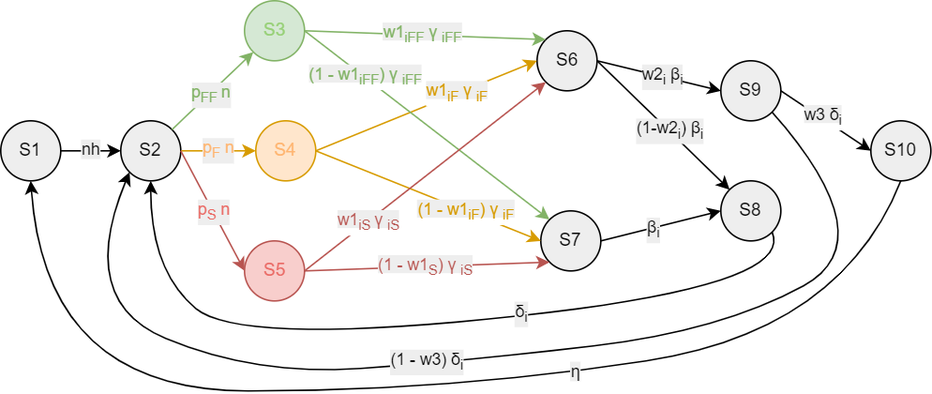
This is Presentation/CTMC/CTMC_img.png from gapilo14/Stochastic-Modelling-with-PEPA---Cosmos-discovery, a draw.io export, as it was before one commit. Source tidied: cells renumbered, new cells last; positions are measured from the earlier drawing's top-left corner, leaving out a move shared by most shapes.
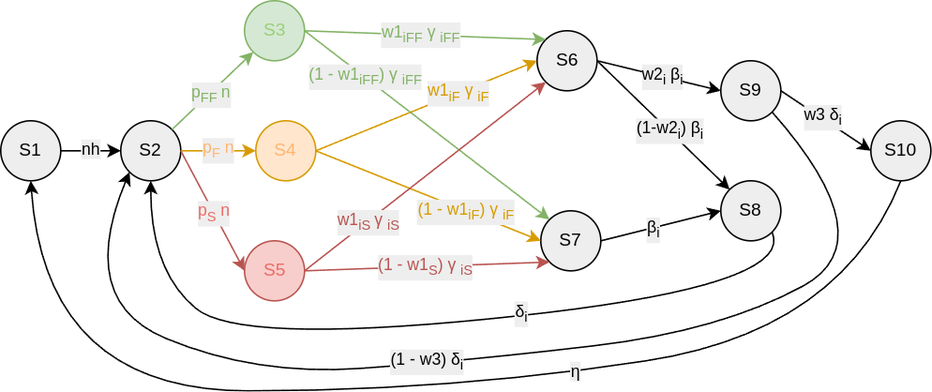
Above is the later version.

What changed in the source:
```diff
@@ -2,10 +2,10 @@
   <root>
     <mxCell id="0" />
     <mxCell id="1" parent="0" />
-    <mxCell id="2" value="S1" style="ellipse;whiteSpace=wrap;html=1;strokeColor=#000000;fillColor=#EEEEEE;" parent="1" vertex="1">
+    <mxCell id="2" value="S1" style="ellipse;whiteSpace=wrap;html=1;strokeColor=#000000;fillColor=#EEEEEE;labelBackgroundColor=#EEEEEE;" parent="1" vertex="1">
       <mxGeometry y="80" width="40" height="40" as="geometry" />
     </mxCell>
-    <mxCell id="3" value="S2" style="ellipse;whiteSpace=wrap;html=1;strokeColor=#000000;fillColor=#EEEEEE;" parent="1" vertex="1">
+    <mxCell id="3" value="S2" style="ellipse;whiteSpace=wrap;html=1;strokeColor=#000000;fillColor=#EEEEEE;labelBackgroundColor=#EEEEEE;" parent="1" vertex="1">
       <mxGeometry x="80" y="80" width="40" height="40" as="geometry" />
     </mxCell>
     <mxCell id="4" value="&lt;font color=&quot;#97d077&quot;&gt;S3&lt;/font&gt;" style="ellipse;whiteSpace=wrap;html=1;strokeColor=#82b366;fillColor=#d5e8d4;" parent="1" vertex="1">
@@ -20,107 +20,107 @@
     <mxCell id="7" value="S6" style="ellipse;whiteSpace=wrap;html=1;strokeColor=#000000;fillColor=#EEEEEE;" parent="1" vertex="1">
       <mxGeometry x="357.5" y="20" width="40" height="40" as="geometry" />
     </mxCell>
-    <mxCell id="8" value="S7" style="ellipse;whiteSpace=wrap;html=1;strokeColor=#000000;fillColor=#EEEEEE;" parent="1" vertex="1">
+    <mxCell id="8" value="S7" style="ellipse;whiteSpace=wrap;html=1;strokeColor=#000000;fillColor=#EEEEEE;labelBackgroundColor=#EEEEEE;" parent="1" vertex="1">
       <mxGeometry x="360" y="140" width="40" height="40" as="geometry" />
     </mxCell>
     <mxCell id="9" value="S9" style="ellipse;whiteSpace=wrap;html=1;strokeColor=#000000;fillColor=#EEEEEE;" parent="1" vertex="1">
       <mxGeometry x="480" y="40" width="40" height="40" as="geometry" />
     </mxCell>
-    <mxCell id="10" value="S8" style="ellipse;whiteSpace=wrap;html=1;strokeColor=#000000;fillColor=#EEEEEE;" parent="1" vertex="1">
+    <mxCell id="10" value="S8" style="ellipse;whiteSpace=wrap;html=1;strokeColor=#000000;fillColor=#EEEEEE;labelBackgroundColor=#EEEEEE;" parent="1" vertex="1">
       <mxGeometry x="480" y="120" width="40" height="40" as="geometry" />
     </mxCell>
-    <mxCell id="11" value="S10" style="ellipse;whiteSpace=wrap;html=1;strokeColor=#000000;fillColor=#EEEEEE;" parent="1" vertex="1">
+    <mxCell id="11" value="S10" style="ellipse;whiteSpace=wrap;html=1;strokeColor=#000000;fillColor=#EEEEEE;labelBackgroundColor=#EEEEEE;" parent="1" vertex="1">
       <mxGeometry x="580" y="80" width="40" height="40" as="geometry" />
     </mxCell>
-    <mxCell id="12" style="endArrow=classic;html=1;rounded=0;exitX=1;exitY=0.5;exitDx=0;exitDy=0;entryX=0;entryY=0.5;entryDx=0;entryDy=0;" parent="1" edge="1" source="2" target="3">
+    <mxCell id="12" style="endArrow=classic;html=1;rounded=0;exitX=1;exitY=0.5;exitDx=0;exitDy=0;entryX=0;entryY=0.5;entryDx=0;entryDy=0;labelBackgroundColor=#EEEEEE;" parent="1" edge="1" source="2" target="3">
       <mxGeometry relative="1" as="geometry" />
     </mxCell>
     <mxCell id="13" value="nh" style="edgeLabel;html=1;align=center;verticalAlign=middle;labelBackgroundColor=#EEEEEE;" parent="12" vertex="1">
       <mxGeometry y="1" relative="1" as="geometry" />
     </mxCell>
-    <mxCell id="14" style="endArrow=classic;html=1;rounded=0;exitX=1;exitY=0;exitDx=0;exitDy=0;entryX=0;entryY=1;entryDx=0;entryDy=0;fillColor=#d5e8d4;strokeColor=#82b366;" parent="1" edge="1" source="3" target="4">
+    <mxCell id="14" style="endArrow=classic;html=1;rounded=0;exitX=1;exitY=0;exitDx=0;exitDy=0;entryX=0;entryY=1;entryDx=0;entryDy=0;fillColor=#d5e8d4;strokeColor=#82b366;labelBackgroundColor=#EEEEEE;" parent="1" edge="1" source="3" target="4">
       <mxGeometry relative="1" as="geometry" />
     </mxCell>
     <mxCell id="15" value="&lt;font color=&quot;#82b366&quot;&gt;p&lt;sub style=&quot;&quot;&gt;FF&amp;nbsp;&lt;/sub&gt;n&lt;/font&gt;" style="edgeLabel;html=1;align=center;verticalAlign=middle;labelBackgroundColor=#EEEEEE;" parent="14" vertex="1">
       <mxGeometry x="-0.09" y="-1" relative="1" as="geometry" />
     </mxCell>
-    <mxCell id="16" style="endArrow=classic;html=1;rounded=0;exitX=1;exitY=0.5;exitDx=0;exitDy=0;entryX=0;entryY=0.5;entryDx=0;entryDy=0;fillColor=#ffe6cc;strokeColor=#d79b00;" parent="1" edge="1" source="3" target="5">
+    <mxCell id="16" style="endArrow=classic;html=1;rounded=0;exitX=1;exitY=0.5;exitDx=0;exitDy=0;entryX=0;entryY=0.5;entryDx=0;entryDy=0;fillColor=#ffe6cc;strokeColor=#d79b00;labelBackgroundColor=#EEEEEE;" parent="1" edge="1" source="3" target="5">
       <mxGeometry relative="1" as="geometry" />
     </mxCell>
     <mxCell id="17" value="p&lt;sub&gt;F&lt;/sub&gt; n" style="edgeLabel;html=1;align=center;verticalAlign=middle;labelBackgroundColor=#EEEEEE;fontColor=#FFB570;" parent="16" vertex="1">
       <mxGeometry x="-0.01" relative="1" as="geometry" />
     </mxCell>
-    <mxCell id="18" style="endArrow=classic;html=1;rounded=0;exitX=1;exitY=0.5;exitDx=0;exitDy=0;entryX=0;entryY=0.5;entryDx=0;entryDy=0;fillColor=#f8cecc;strokeColor=#b85450;" parent="1" edge="1" source="3" target="6">
+    <mxCell id="18" style="endArrow=classic;html=1;rounded=0;exitX=1;exitY=0.5;exitDx=0;exitDy=0;entryX=0;entryY=0.5;entryDx=0;entryDy=0;fillColor=#f8cecc;strokeColor=#b85450;labelBackgroundColor=#EEEEEE;" parent="1" edge="1" source="3" target="6">
       <mxGeometry relative="1" as="geometry" />
     </mxCell>
     <mxCell id="19" value="p&lt;sub&gt;S&lt;/sub&gt; n" style="edgeLabel;html=1;align=center;verticalAlign=middle;labelBackgroundColor=#EEEEEE;fontColor=#EA6B66;" parent="18" vertex="1">
       <mxGeometry x="0.03" relative="1" as="geometry" />
     </mxCell>
-    <mxCell id="20" style="endArrow=classic;html=1;rounded=0;exitX=1;exitY=0.5;exitDx=0;exitDy=0;entryX=0;entryY=0.5;entryDx=0;entryDy=0;fillColor=#ffe6cc;strokeColor=#d79b00;" parent="1" edge="1" source="5" target="7">
+    <mxCell id="20" style="endArrow=classic;html=1;rounded=0;exitX=1;exitY=0.5;exitDx=0;exitDy=0;entryX=0;entryY=0.5;entryDx=0;entryDy=0;fillColor=#ffe6cc;strokeColor=#d79b00;labelBackgroundColor=#EEEEEE;" parent="1" edge="1" source="5" target="7">
       <mxGeometry relative="1" as="geometry" />
     </mxCell>
-    <mxCell id="21" value="&lt;span style=&quot;background-color: rgb(238, 238, 238);&quot;&gt;&lt;span style=&quot;color: rgb(215, 155, 0);&quot;&gt;w1&lt;/span&gt;&lt;sub style=&quot;color: rgb(215, 155, 0);&quot;&gt;iF&lt;/sub&gt;&lt;span style=&quot;color: rgb(215, 155, 0);&quot;&gt;&amp;nbsp;γ&amp;nbsp;&lt;/span&gt;&lt;sub style=&quot;color: rgb(215, 155, 0);&quot;&gt;iF&lt;/sub&gt;&lt;/span&gt;" style="edgeLabel;html=1;align=center;verticalAlign=middle;" parent="20" vertex="1">
+    <mxCell id="21" value="&lt;span style=&quot;&quot;&gt;&lt;span style=&quot;color: rgb(215, 155, 0);&quot;&gt;w1&lt;/span&gt;&lt;sub style=&quot;color: rgb(215, 155, 0);&quot;&gt;iF&lt;/sub&gt;&lt;span style=&quot;color: rgb(215, 155, 0);&quot;&gt;&amp;nbsp;γ&amp;nbsp;&lt;/span&gt;&lt;sub style=&quot;color: rgb(215, 155, 0);&quot;&gt;iF&lt;/sub&gt;&lt;/span&gt;" style="edgeLabel;html=1;align=center;verticalAlign=middle;labelBackgroundColor=#EEEEEE;" parent="20" vertex="1">
       <mxGeometry x="0.28" relative="1" as="geometry" />
     </mxCell>
-    <mxCell id="22" style="endArrow=classic;html=1;rounded=0;exitX=1;exitY=0.5;exitDx=0;exitDy=0;entryX=0;entryY=1;entryDx=0;entryDy=0;fillColor=#f8cecc;strokeColor=#b85450;" parent="1" edge="1" source="6" target="8">
+    <mxCell id="22" style="endArrow=classic;html=1;rounded=0;exitX=1;exitY=0.5;exitDx=0;exitDy=0;entryX=0;entryY=1;entryDx=0;entryDy=0;fillColor=#f8cecc;strokeColor=#b85450;labelBackgroundColor=#EEEEEE;" parent="1" edge="1" source="6" target="8">
       <mxGeometry relative="1" as="geometry" />
     </mxCell>
-    <mxCell id="23" value="&lt;span style=&quot;background-color: rgb(238, 238, 238);&quot;&gt;&lt;span style=&quot;color: rgb(184, 84, 80);&quot;&gt;(1 - w1&lt;/span&gt;&lt;sub style=&quot;color: rgb(184, 84, 80);&quot;&gt;S&lt;/sub&gt;&lt;span style=&quot;color: rgb(184, 84, 80);&quot;&gt;) γ&amp;nbsp;&lt;/span&gt;&lt;sub style=&quot;color: rgb(184, 84, 80);&quot;&gt;iS&lt;/sub&gt;&lt;/span&gt;" style="edgeLabel;html=1;align=center;verticalAlign=middle;" parent="22" vertex="1">
+    <mxCell id="23" value="&lt;span style=&quot;&quot;&gt;&lt;span style=&quot;color: rgb(184, 84, 80);&quot;&gt;(1 - w1&lt;/span&gt;&lt;sub style=&quot;color: rgb(184, 84, 80);&quot;&gt;S&lt;/sub&gt;&lt;span style=&quot;color: rgb(184, 84, 80);&quot;&gt;) γ&amp;nbsp;&lt;/span&gt;&lt;sub style=&quot;color: rgb(184, 84, 80);&quot;&gt;iS&lt;/sub&gt;&lt;/span&gt;" style="edgeLabel;html=1;align=center;verticalAlign=middle;labelBackgroundColor=#EEEEEE;" parent="22" vertex="1">
       <mxGeometry x="-0.01" y="-1" relative="1" as="geometry" />
     </mxCell>
-    <mxCell id="24" style="endArrow=classic;html=1;rounded=0;exitX=1;exitY=0.5;exitDx=0;exitDy=0;entryX=0;entryY=0.5;entryDx=0;entryDy=0;fillColor=#ffe6cc;strokeColor=#d79b00;" parent="1" edge="1" source="5" target="8">
+    <mxCell id="24" style="endArrow=classic;html=1;rounded=0;exitX=1;exitY=0.5;exitDx=0;exitDy=0;entryX=0;entryY=0.5;entryDx=0;entryDy=0;fillColor=#ffe6cc;strokeColor=#d79b00;labelBackgroundColor=#EEEEEE;" parent="1" edge="1" source="5" target="8">
       <mxGeometry relative="1" as="geometry" />
     </mxCell>
-    <mxCell id="25" value="&lt;span style=&quot;background-color: rgb(238, 238, 238);&quot;&gt;&lt;span style=&quot;color: rgb(215, 155, 0);&quot;&gt;(1 - w1&lt;/span&gt;&lt;sub style=&quot;color: rgb(215, 155, 0);&quot;&gt;iF&lt;/sub&gt;&lt;span style=&quot;color: rgb(215, 155, 0);&quot;&gt;) γ&amp;nbsp;&lt;/span&gt;&lt;sub style=&quot;color: rgb(215, 155, 0);&quot;&gt;iF&lt;/sub&gt;&lt;/span&gt;" style="edgeLabel;html=1;align=center;verticalAlign=middle;" parent="24" vertex="1">
+    <mxCell id="25" value="&lt;span style=&quot;&quot;&gt;&lt;span style=&quot;color: rgb(215, 155, 0);&quot;&gt;(1 - w1&lt;/span&gt;&lt;sub style=&quot;color: rgb(215, 155, 0);&quot;&gt;iF&lt;/sub&gt;&lt;span style=&quot;color: rgb(215, 155, 0);&quot;&gt;) γ&amp;nbsp;&lt;/span&gt;&lt;sub style=&quot;color: rgb(215, 155, 0);&quot;&gt;iF&lt;/sub&gt;&lt;/span&gt;" style="edgeLabel;html=1;align=center;verticalAlign=middle;labelBackgroundColor=#EEEEEE;" parent="24" vertex="1">
       <mxGeometry x="0.15" relative="1" as="geometry">
         <mxPoint x="14" y="6" as="offset" />
       </mxGeometry>
     </mxCell>
-    <mxCell id="26" style="endArrow=classic;html=1;rounded=0;exitX=1;exitY=0.5;exitDx=0;exitDy=0;entryX=0;entryY=0;entryDx=0;entryDy=0;fillColor=#d5e8d4;strokeColor=#82b366;" parent="1" edge="1" source="4" target="8">
+    <mxCell id="26" style="endArrow=classic;html=1;rounded=0;exitX=1;exitY=0.5;exitDx=0;exitDy=0;entryX=0;entryY=0;entryDx=0;entryDy=0;fillColor=#d5e8d4;strokeColor=#82b366;labelBackgroundColor=#EEEEEE;" parent="1" edge="1" source="4" target="8">
       <mxGeometry relative="1" as="geometry" />
     </mxCell>
-    <mxCell id="27" value="&lt;span style=&quot;background-color: rgb(238, 238, 238);&quot;&gt;&lt;span style=&quot;color: rgb(130, 179, 102);&quot;&gt;(1 - w1&lt;/span&gt;&lt;sub style=&quot;color: rgb(130, 179, 102);&quot;&gt;iFF&lt;/sub&gt;&lt;span style=&quot;color: rgb(130, 179, 102);&quot;&gt;) γ&lt;/span&gt;&lt;span style=&quot;color: rgb(130, 179, 102);&quot;&gt;&amp;nbsp;&lt;/span&gt;&lt;sub style=&quot;color: rgb(130, 179, 102);&quot;&gt;iFF&lt;/sub&gt;&lt;/span&gt;" style="edgeLabel;html=1;align=center;verticalAlign=middle;" parent="26" vertex="1">
+    <mxCell id="27" value="&lt;span style=&quot;&quot;&gt;&lt;span style=&quot;color: rgb(130, 179, 102);&quot;&gt;(1 - w1&lt;/span&gt;&lt;sub style=&quot;color: rgb(130, 179, 102);&quot;&gt;iFF&lt;/sub&gt;&lt;span style=&quot;color: rgb(130, 179, 102);&quot;&gt;) γ&lt;/span&gt;&lt;span style=&quot;color: rgb(130, 179, 102);&quot;&gt;&amp;nbsp;&lt;/span&gt;&lt;sub style=&quot;color: rgb(130, 179, 102);&quot;&gt;iFF&lt;/sub&gt;&lt;/span&gt;" style="edgeLabel;html=1;align=center;verticalAlign=middle;labelBackgroundColor=#EEEEEE;" parent="26" vertex="1">
       <mxGeometry x="-0.42" relative="1" as="geometry">
         <mxPoint x="-7" y="-6" as="offset" />
       </mxGeometry>
     </mxCell>
-    <mxCell id="28" style="endArrow=classic;html=1;rounded=0;exitX=1;exitY=0.5;exitDx=0;exitDy=0;entryX=0;entryY=0;entryDx=0;entryDy=0;fillColor=#d5e8d4;strokeColor=#82b366;" parent="1" edge="1" source="4" target="7">
+    <mxCell id="28" style="endArrow=classic;html=1;rounded=0;exitX=1;exitY=0.5;exitDx=0;exitDy=0;entryX=0;entryY=0;entryDx=0;entryDy=0;fillColor=#d5e8d4;strokeColor=#82b366;labelBackgroundColor=#EEEEEE;" parent="1" edge="1" source="4" target="7">
       <mxGeometry relative="1" as="geometry" />
     </mxCell>
-    <mxCell id="29" value="&lt;span style=&quot;background-color: rgb(238, 238, 238);&quot;&gt;&lt;span style=&quot;color: rgb(130, 179, 102);&quot;&gt;w1&lt;/span&gt;&lt;sub style=&quot;color: rgb(130, 179, 102);&quot;&gt;iFF&lt;/sub&gt;&lt;span style=&quot;color: rgb(130, 179, 102);&quot;&gt;&amp;nbsp;γ&lt;/span&gt;&lt;span style=&quot;color: rgb(130, 179, 102);&quot;&gt;&amp;nbsp;&lt;/span&gt;&lt;sub style=&quot;color: rgb(130, 179, 102);&quot;&gt;iFF&lt;/sub&gt;&lt;/span&gt;" style="edgeLabel;html=1;align=center;verticalAlign=middle;" parent="28" vertex="1">
+    <mxCell id="29" value="&lt;span style=&quot;&quot;&gt;&lt;span style=&quot;color: rgb(130, 179, 102);&quot;&gt;w1&lt;/span&gt;&lt;sub style=&quot;color: rgb(130, 179, 102);&quot;&gt;iFF&lt;/sub&gt;&lt;span style=&quot;color: rgb(130, 179, 102);&quot;&gt;&amp;nbsp;γ&lt;/span&gt;&lt;span style=&quot;color: rgb(130, 179, 102);&quot;&gt;&amp;nbsp;&lt;/span&gt;&lt;sub style=&quot;color: rgb(130, 179, 102);&quot;&gt;iFF&lt;/sub&gt;&lt;/span&gt;" style="edgeLabel;html=1;align=center;verticalAlign=middle;labelBackgroundColor=#EEEEEE;" parent="28" vertex="1">
       <mxGeometry x="-0.03" relative="1" as="geometry" />
     </mxCell>
-    <mxCell id="30" style="endArrow=classic;html=1;rounded=0;exitX=1;exitY=0.5;exitDx=0;exitDy=0;entryX=0;entryY=1;entryDx=0;entryDy=0;fillColor=#f8cecc;strokeColor=#b85450;" parent="1" edge="1" source="6" target="7">
+    <mxCell id="30" style="endArrow=classic;html=1;rounded=0;exitX=1;exitY=0.5;exitDx=0;exitDy=0;entryX=0;entryY=1;entryDx=0;entryDy=0;fillColor=#f8cecc;strokeColor=#b85450;labelBackgroundColor=#EEEEEE;" parent="1" edge="1" source="6" target="7">
       <mxGeometry relative="1" as="geometry" />
     </mxCell>
-    <mxCell id="31" value="&lt;span style=&quot;background-color: rgb(238, 238, 238);&quot;&gt;&lt;span style=&quot;color: rgb(184, 84, 80);&quot;&gt;w1&lt;/span&gt;&lt;sub style=&quot;color: rgb(184, 84, 80);&quot;&gt;iS&amp;nbsp;&lt;/sub&gt;&lt;span style=&quot;color: rgb(184, 84, 80);&quot;&gt;γ&amp;nbsp;&lt;/span&gt;&lt;sub style=&quot;color: rgb(184, 84, 80);&quot;&gt;iS&lt;/sub&gt;&lt;/span&gt;" style="edgeLabel;html=1;align=center;verticalAlign=middle;" parent="30" vertex="1">
+    <mxCell id="31" value="&lt;span style=&quot;&quot;&gt;&lt;span style=&quot;color: rgb(184, 84, 80);&quot;&gt;w1&lt;/span&gt;&lt;sub style=&quot;color: rgb(184, 84, 80);&quot;&gt;iS&amp;nbsp;&lt;/sub&gt;&lt;span style=&quot;color: rgb(184, 84, 80);&quot;&gt;γ&amp;nbsp;&lt;/span&gt;&lt;sub style=&quot;color: rgb(184, 84, 80);&quot;&gt;iS&lt;/sub&gt;&lt;/span&gt;" style="edgeLabel;html=1;align=center;verticalAlign=middle;labelBackgroundColor=#EEEEEE;" parent="30" vertex="1">
       <mxGeometry x="-0.48" y="-1" relative="1" as="geometry" />
     </mxCell>
-    <mxCell id="32" style="endArrow=classic;html=1;rounded=0;exitX=1;exitY=0.5;exitDx=0;exitDy=0;entryX=0;entryY=0.5;entryDx=0;entryDy=0;" parent="1" edge="1" source="8" target="10">
+    <mxCell id="32" style="endArrow=classic;html=1;rounded=0;exitX=1;exitY=0.5;exitDx=0;exitDy=0;entryX=0;entryY=0.5;entryDx=0;entryDy=0;labelBackgroundColor=#EEEEEE;" parent="1" edge="1" source="8" target="10">
       <mxGeometry relative="1" as="geometry" />
     </mxCell>
     <mxCell id="33" value="&lt;span style=&quot;&quot;&gt;β&lt;/span&gt;&lt;sub&gt;i&lt;/sub&gt;" style="edgeLabel;html=1;align=center;verticalAlign=middle;labelBackgroundColor=#EEEEEE;" parent="32" vertex="1">
       <mxGeometry x="-0.13" y="-1" relative="1" as="geometry" />
     </mxCell>
-    <mxCell id="34" style="endArrow=classic;html=1;rounded=0;exitX=1;exitY=0.5;exitDx=0;exitDy=0;entryX=0;entryY=0.5;entryDx=0;entryDy=0;" parent="1" edge="1" source="7" target="9">
+    <mxCell id="34" style="endArrow=classic;html=1;rounded=0;exitX=1;exitY=0.5;exitDx=0;exitDy=0;entryX=0;entryY=0.5;entryDx=0;entryDy=0;labelBackgroundColor=#EEEEEE;" parent="1" edge="1" source="7" target="9">
       <mxGeometry relative="1" as="geometry" />
     </mxCell>
     <mxCell id="35" value="&lt;span style=&quot;&quot;&gt;w2&lt;/span&gt;&lt;sub&gt;i&lt;/sub&gt;&lt;span style=&quot;&quot;&gt;&amp;nbsp;β&lt;/span&gt;&lt;sub&gt;i&lt;/sub&gt;&lt;span style=&quot;color: rgba(0, 0, 0, 0); font-family: monospace; font-size: 0px; text-align: start;&quot;&gt;%3CmxGraphModel%3E%3Croot%3E%3CmxCell%20id%3D%220%22%2F%3E%3CmxCell%20id%3D%221%22%20parent%3D%220%22%2F%3E%3CmxCell%20id%3D%222%22%20value%3D%22%22%20style%3D%22endArrow%3Dclassic%3Bhtml%3D1%3Brounded%3D0%3BexitX%3D0.544%3BexitY%3D0.995%3BexitDx%3D0%3BexitDy%3D0%3BexitPerimeter%3D0%3BentryX%3D0.498%3BentryY%3D0.043%3BentryDx%3D0%3BentryDy%3D0%3BentryPerimeter%3D0%3B%22%20edge%3D%221%22%20parent%3D%221%22%3E%3CmxGeometry%20width%3D%2250%22%20height%3D%2250%22%20relative%3D%221%22%20as%3D%22geometry%22%3E%3CmxPoint%20x%3D%22521%22%20y%3D%22480%22%20as%3D%22sourcePoint%22%2F%3E%3CmxPoint%20x%3D%22480%22%20y%3D%22571%22%20as%3D%22targetPoint%22%2F%3E%3C%2FmxGeometry%3E%3C%2FmxCell%3E%3CmxCell%20id%3D%223%22%20value%3D%22(pv%2C%26amp%3Bnbsp%3B%CE%B2%26lt%3Bsub%20style%3D%26quot%3B%26quot%3B%26gt%3Bi%26lt%3B%2Fsub%26gt%3B)%22%20style%3D%22edgeLabel%3Bhtml%3D1%3Balign%3Dcenter%3BverticalAlign%3Dmiddle%3Bresizable%3D0%3Bpoints%3D%5B%5D%3B%22%20vertex%3D%221%22%20connectable%3D%220%22%20parent%3D%222%22%3E%3CmxGeometry%20x%3D%22-0.006%22%20y%3D%22-1%22%20relative%3D%221%22%20as%3D%22geometry%22%3E%3CmxPoint%20x%3D%221%22%20y%3D%226%22%20as%3D%22offset%22%2F%3E%3C%2FmxGeometry%3E%3C%2FmxCell%3E%3C%2Froot%3E%3C%2FmxGraphModel%3E&lt;/span&gt;" style="edgeLabel;html=1;align=center;verticalAlign=middle;labelBackgroundColor=#EEEEEE;" parent="34" vertex="1">
       <mxGeometry x="0.04" relative="1" as="geometry" />
     </mxCell>
-    <mxCell id="36" style="endArrow=classic;html=1;rounded=0;exitX=1;exitY=0.5;exitDx=0;exitDy=0;entryX=0;entryY=0;entryDx=0;entryDy=0;" parent="1" edge="1" source="7" target="10">
+    <mxCell id="36" style="endArrow=classic;html=1;rounded=0;exitX=1;exitY=0.5;exitDx=0;exitDy=0;entryX=0;entryY=0;entryDx=0;entryDy=0;labelBackgroundColor=#EEEEEE;" parent="1" edge="1" source="7" target="10">
       <mxGeometry relative="1" as="geometry" />
     </mxCell>
     <mxCell id="37" value="&lt;span style=&quot;&quot;&gt;(1-w2&lt;/span&gt;&lt;sub&gt;i&lt;/sub&gt;&lt;span style=&quot;&quot;&gt;) β&lt;/span&gt;&lt;sub&gt;i&lt;/sub&gt;&lt;span style=&quot;color: rgba(0, 0, 0, 0); font-family: monospace; font-size: 0px; text-align: start;&quot;&gt;%3CmxGraphModel%3E%3Croot%3E%3CmxCell%20id%3D%220%22%2F%3E%3CmxCell%20id%3D%221%22%20parent%3D%220%22%2F%3E%3CmxCell%20id%3D%222%22%20value%3D%22%22%20style%3D%22endArrow%3Dclassic%3Bhtml%3D1%3Brounded%3D0%3BexitX%3D0.544%3BexitY%3D0.995%3BexitDx%3D0%3BexitDy%3D0%3BexitPerimeter%3D0%3BentryX%3D0.498%3BentryY%3D0.043%3BentryDx%3D0%3BentryDy%3D0%3BentryPerimeter%3D0%3B%22%20edge%3D%221%22%20parent%3D%221%22%3E%3CmxGeometry%20width%3D%2250%22%20height%3D%2250%22%20relative%3D%221%22%20as%3D%22geometry%22%3E%3CmxPoint%20x%3D%22521%22%20y%3D%22480%22%20as%3D%22sourcePoint%22%2F%3E%3CmxPoint%20x%3D%22480%22%20y%3D%22571%22%20as%3D%22targetPoint%22%2F%3E%3C%2FmxGeometry%3E%3C%2FmxCell%3E%3CmxCell%20id%3D%223%22%20value%3D%22(pv%2C%26amp%3Bnbsp%3B%CE%B2%26lt%3Bsub%20style%3D%26quot%3B%26quot%3B%26gt%3Bi%26lt%3B%2Fsub%26gt%3B)%22%20style%3D%22edgeLabel%3Bhtml%3D1%3Balign%3Dcenter%3BverticalAlign%3Dmiddle%3Bresizable%3D0%3Bpoints%3D%5B%5D%3B%22%20vertex%3D%221%22%20connectable%3D%220%22%20parent%3D%222%22%3E%3CmxGeometry%20x%3D%22-0.006%22%20y%3D%22-1%22%20relative%3D%221%22%20as%3D%22geometry%22%3E%3CmxPoint%20x%3D%221%22%20y%3D%226%22%20as%3D%22offset%22%2F%3E%3C%2FmxGeometry%3E%3C%2FmxCell%3E%3C%2Froot%3E%3C%2FmxGraphModel%&lt;/span&gt;" style="edgeLabel;html=1;align=center;verticalAlign=middle;labelBackgroundColor=#EEEEEE;" parent="36" vertex="1">
       <mxGeometry x="0.09" relative="1" as="geometry" />
     </mxCell>
-    <mxCell id="38" style="endArrow=classic;html=1;rounded=0;exitX=1;exitY=0.5;exitDx=0;exitDy=0;entryX=0;entryY=0.5;entryDx=0;entryDy=0;" parent="1" edge="1" source="9" target="11">
+    <mxCell id="38" style="endArrow=classic;html=1;rounded=0;exitX=1;exitY=0.5;exitDx=0;exitDy=0;entryX=0;entryY=0.5;entryDx=0;entryDy=0;labelBackgroundColor=#EEEEEE;" parent="1" edge="1" source="9" target="11">
       <mxGeometry relative="1" as="geometry" />
     </mxCell>
-    <mxCell id="39" value="&lt;span style=&quot;background-color: rgb(238, 238, 238);&quot;&gt;w3&amp;nbsp;δ&lt;sub&gt;i&lt;/sub&gt;&lt;/span&gt;" style="edgeLabel;html=1;align=center;verticalAlign=middle;" parent="38" vertex="1">
+    <mxCell id="39" value="&lt;span style=&quot;&quot;&gt;w3&amp;nbsp;δ&lt;sub&gt;i&lt;/sub&gt;&lt;/span&gt;" style="edgeLabel;html=1;align=center;verticalAlign=middle;labelBackgroundColor=#EEEEEE;" parent="38" vertex="1">
       <mxGeometry x="-0.09" y="1" relative="1" as="geometry" />
     </mxCell>
-    <mxCell id="40" style="curved=1;endArrow=classic;html=1;rounded=0;entryX=0.5;entryY=1;entryDx=0;entryDy=0;exitX=0.5;exitY=1;exitDx=0;exitDy=0;" parent="1" edge="1" source="11" target="2">
+    <mxCell id="40" style="curved=1;endArrow=classic;html=1;rounded=0;entryX=0.5;entryY=1;entryDx=0;entryDy=0;exitX=0.5;exitY=1;exitDx=0;exitDy=0;labelBackgroundColor=#EEEEEE;" parent="1" edge="1" source="11" target="2">
       <mxGeometry relative="1" as="geometry">
         <Array as="points">
           <mxPoint x="560" y="220" />
@@ -132,7 +132,7 @@
     <mxCell id="41" value="&lt;span style=&quot;&quot;&gt;η&lt;/span&gt;" style="edgeLabel;html=1;align=center;verticalAlign=middle;labelBackgroundColor=#EEEEEE;" parent="40" vertex="1">
       <mxGeometry x="-0.27" y="-1" relative="1" as="geometry" />
     </mxCell>
-    <mxCell id="42" style="curved=1;endArrow=classic;html=1;rounded=0;entryX=0;entryY=1;entryDx=0;entryDy=0;exitX=1;exitY=1;exitDx=0;exitDy=0;" parent="1" edge="1" source="9" target="3">
+    <mxCell id="42" style="curved=1;endArrow=classic;html=1;rounded=0;entryX=0;entryY=1;entryDx=0;entryDy=0;exitX=1;exitY=1;exitDx=0;exitDy=0;labelBackgroundColor=#EEEEEE;" parent="1" edge="1" source="9" target="3">
       <mxGeometry relative="1" as="geometry">
         <Array as="points">
           <mxPoint x="590" y="160" />
@@ -146,7 +146,7 @@
     <mxCell id="43" value="&lt;span style=&quot;&quot;&gt;(1 - w3) δ&lt;/span&gt;&lt;sub&gt;i&lt;/sub&gt;" style="edgeLabel;html=1;align=center;verticalAlign=middle;labelBackgroundColor=#EEEEEE;" parent="42" vertex="1">
       <mxGeometry x="0.13" y="-1" relative="1" as="geometry" />
     </mxCell>
-    <mxCell id="44" style="curved=1;endArrow=classic;html=1;rounded=0;entryX=0.5;entryY=1;entryDx=0;entryDy=0;exitX=1;exitY=1;exitDx=0;exitDy=0;" parent="1" edge="1" source="10" target="3">
+    <mxCell id="44" style="curved=1;endArrow=classic;html=1;rounded=0;entryX=0.5;entryY=1;entryDx=0;entryDy=0;exitX=1;exitY=1;exitDx=0;exitDy=0;labelBackgroundColor=#EEEEEE;" parent="1" edge="1" source="10" target="3">
       <mxGeometry relative="1" as="geometry">
         <Array as="points">
           <mxPoint x="530" y="190" />
```
